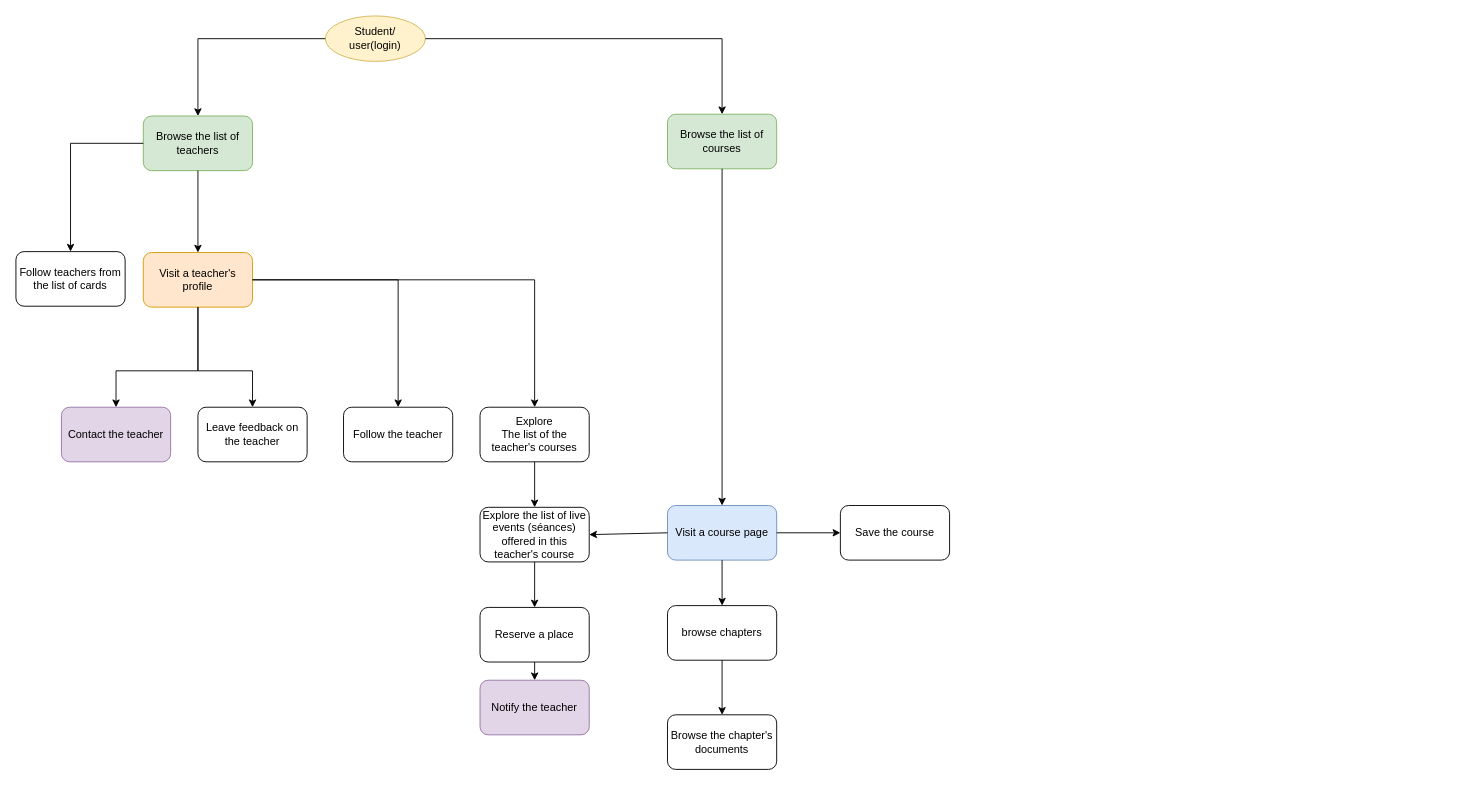
The draw.io diagram flowcharts.drawio in faresUnderScore999/test1.0, before the edit. Source tidied: cells renumbered, new cells numbered last; positions are measured from the earlier drawing's top-left corner, leaving out a move shared by most shapes. Both pictures are drawn from the tidied source at 91%, with x=0, y=0 at pixel (15, 15).
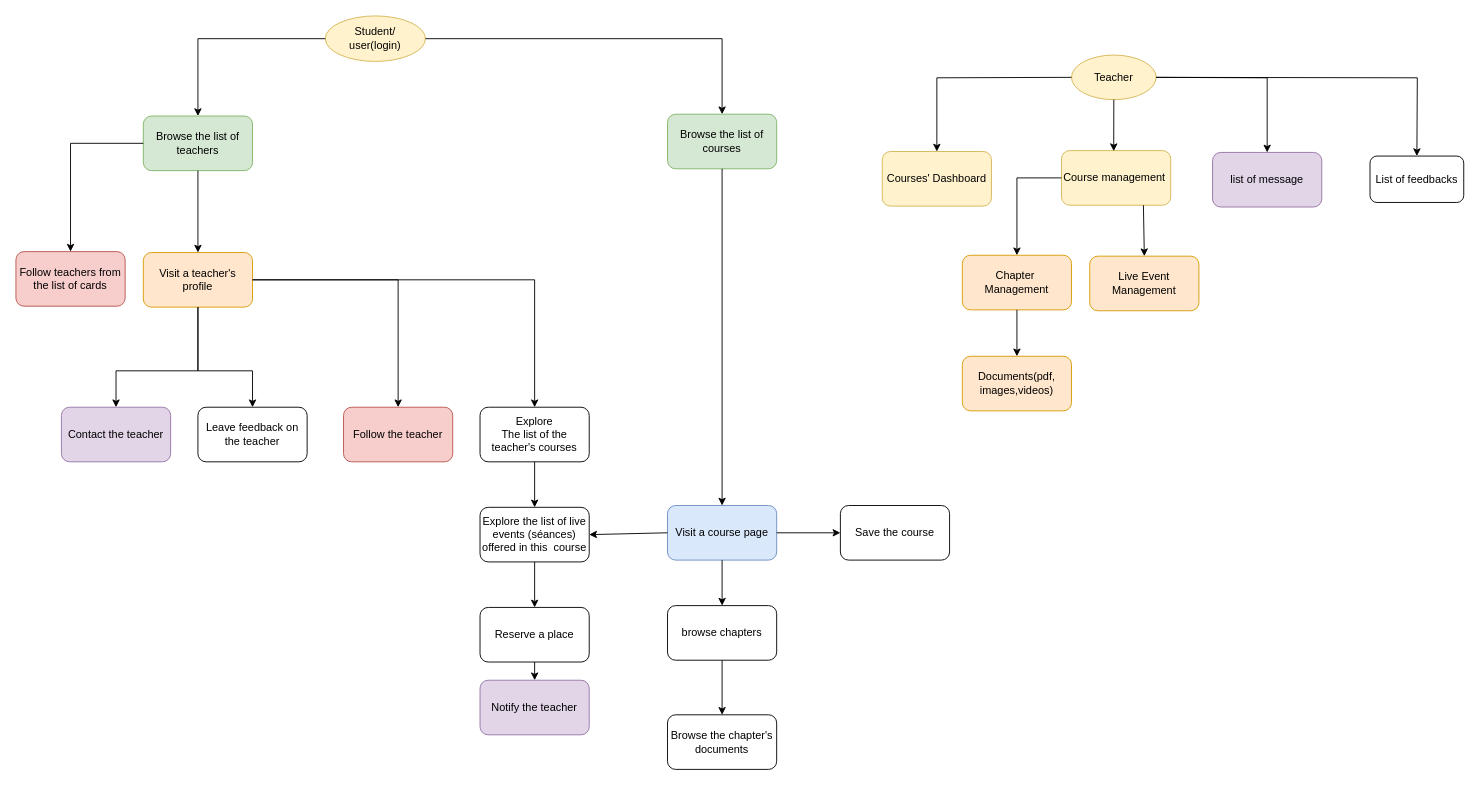
The same page after the edit.

Commit message (it also covers changes not shown here):
Mettre à jour flowcharts.drawio

The edit, as a diff of the source:
```diff
@@
-    <mxCell id="8" value="Follow teachers from the list of cards" style="rounded=1;whiteSpace=wrap;html=1;" parent="1" vertex="1">
+    <mxCell id="8" value="Follow teachers from the list of cards" style="rounded=1;whiteSpace=wrap;html=1;fillColor=#f8cecc;strokeColor=#b85450;" parent="1" vertex="1">
       <mxGeometry y="259" width="120" height="60" as="geometry" />
     </mxCell>
@@
-    <mxCell id="16" value="Follow the teacher" style="rounded=1;whiteSpace=wrap;html=1;" parent="1" vertex="1">
+    <mxCell id="16" value="Follow the teacher" style="rounded=1;whiteSpace=wrap;html=1;fillColor=#f8cecc;strokeColor=#b85450;" parent="1" vertex="1">
       <mxGeometry x="360" y="430" width="120" height="60" as="geometry" />
     </mxCell>
@@
-    <mxCell id="19" value="Explore the list of live events (séances) offered in this teacher's course" style="rounded=1;whiteSpace=wrap;html=1;" parent="1" vertex="1">
+    <mxCell id="19" value="Explore the list of live events (séances) offered in this&amp;nbsp; course" style="rounded=1;whiteSpace=wrap;html=1;" parent="1" vertex="1">
       <mxGeometry x="510" y="540" width="120" height="60" as="geometry" />
     </mxCell>
@@
+    <mxCell id="34" value="Teacher" style="ellipse;whiteSpace=wrap;html=1;fillColor=#fff2cc;strokeColor=#d6b656;" parent="1" vertex="1">
+      <mxGeometry x="1160" y="43" width="93" height="49" as="geometry" />
+    </mxCell>
+    <mxCell id="35" value="Course management&amp;nbsp;" style="rounded=1;whiteSpace=wrap;html=1;fillColor=#fff2cc;strokeColor=#d6b656;" parent="1" vertex="1">
+      <mxGeometry x="1149" y="148" width="120" height="60" as="geometry" />
+    </mxCell>
+    <mxCell id="36" value="list of message" style="rounded=1;whiteSpace=wrap;html=1;fillColor=#e1d5e7;strokeColor=#9673a6;" parent="1" vertex="1">
+      <mxGeometry x="1315" y="150" width="120" height="60" as="geometry" />
+    </mxCell>
+    <mxCell id="37" value="List of feedbacks" style="rounded=1;whiteSpace=wrap;html=1;" parent="1" vertex="1">
+      <mxGeometry x="1488" y="154" width="103" height="51" as="geometry" />
+    </mxCell>
+    <mxCell id="38" value="Chapter&amp;nbsp;&lt;div&gt;Management&lt;/div&gt;" style="rounded=1;whiteSpace=wrap;html=1;fillColor=#ffe6cc;strokeColor=#d79b00;" parent="1" vertex="1">
+      <mxGeometry x="1040" y="263" width="120" height="60" as="geometry" />
+    </mxCell>
+    <mxCell id="39" value="Documents(pdf,&lt;div&gt;images,videos)&lt;/div&gt;" style="rounded=1;whiteSpace=wrap;html=1;fillColor=#ffe6cc;strokeColor=#d79b00;" parent="1" vertex="1">
+      <mxGeometry x="1040" y="374" width="120" height="60" as="geometry" />
+    </mxCell>
+    <mxCell id="40" style="endArrow=classic;html=1;rounded=0;exitX=0.5;exitY=1;exitDx=0;exitDy=0;entryX=0.478;entryY=0.01;entryDx=0;entryDy=0;entryPerimeter=0;" parent="1" edge="1" source="34" target="35">
+      <mxGeometry relative="1" as="geometry" />
+    </mxCell>
+    <mxCell id="41" style="endArrow=classic;html=1;rounded=0;exitX=0;exitY=0.5;exitDx=0;exitDy=0;entryX=0.5;entryY=0;entryDx=0;entryDy=0;" parent="1" edge="1" source="35" target="38">
+      <mxGeometry relative="1" as="geometry">
+        <Array as="points">
+          <mxPoint x="1100" y="178" />
+        </Array>
+      </mxGeometry>
+    </mxCell>
+    <mxCell id="42" style="endArrow=classic;html=1;rounded=0;exitX=0.5;exitY=1;exitDx=0;exitDy=0;entryX=0.5;entryY=0;entryDx=0;entryDy=0;" parent="1" edge="1" source="38" target="39">
+      <mxGeometry relative="1" as="geometry" />
+    </mxCell>
+    <mxCell id="43" value="Live Event Management" style="rounded=1;whiteSpace=wrap;html=1;fillColor=#ffe6cc;strokeColor=#d79b00;" parent="1" vertex="1">
+      <mxGeometry x="1180" y="264" width="120" height="60" as="geometry" />
+    </mxCell>
+    <mxCell id="44" style="endArrow=classic;html=1;rounded=0;exitX=0.75;exitY=1;exitDx=0;exitDy=0;entryX=0.5;entryY=0;entryDx=0;entryDy=0;" parent="1" edge="1" source="35" target="43">
+      <mxGeometry relative="1" as="geometry" />
+    </mxCell>
+    <mxCell id="45" style="endArrow=classic;html=1;rounded=0;exitX=1;exitY=0.5;exitDx=0;exitDy=0;entryX=0.5;entryY=0;entryDx=0;entryDy=0;" parent="1" edge="1" source="34" target="36">
+      <mxGeometry relative="1" as="geometry">
+        <Array as="points">
+          <mxPoint x="1375" y="68" />
+        </Array>
+      </mxGeometry>
+    </mxCell>
+    <mxCell id="46" style="endArrow=classic;html=1;rounded=0;entryX=0.5;entryY=0;entryDx=0;entryDy=0;exitX=1;exitY=0.5;exitDx=0;exitDy=0;" parent="1" edge="1" source="34" target="37">
+      <mxGeometry relative="1" as="geometry">
+        <Array as="points">
+          <mxPoint x="1540" y="68" />
+        </Array>
+      </mxGeometry>
+    </mxCell>
+    <mxCell id="47" value="Courses' Dashboard" style="rounded=1;whiteSpace=wrap;html=1;fillColor=#fff2cc;strokeColor=#d6b656;" parent="1" vertex="1">
+      <mxGeometry x="952" y="149" width="120" height="60" as="geometry" />
+    </mxCell>
+    <mxCell id="48" style="endArrow=classic;html=1;rounded=0;entryX=0.5;entryY=0;entryDx=0;entryDy=0;exitX=0;exitY=0.5;exitDx=0;exitDy=0;" parent="1" edge="1" source="34" target="47">
+      <mxGeometry relative="1" as="geometry">
+        <Array as="points">
+          <mxPoint x="1012" y="68" />
+        </Array>
+      </mxGeometry>
+    </mxCell>
```
